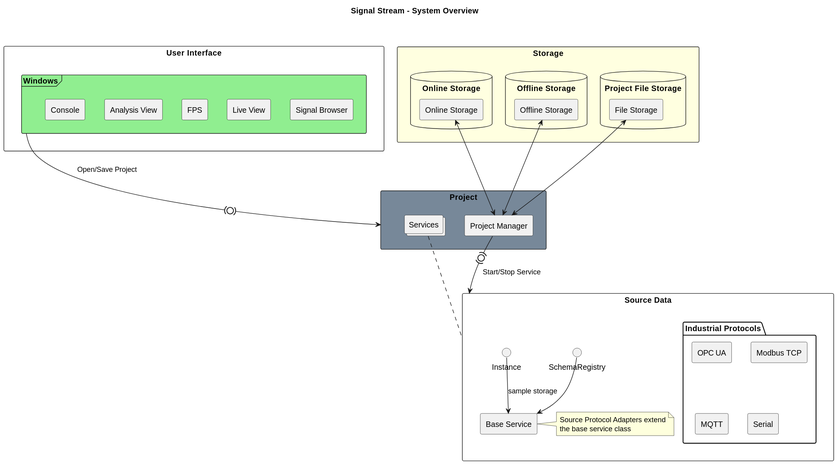
diffusion4812/signal-stream keeps this PlantUML diagram as Signal Stream Layout.svg. Above is the earlier version.
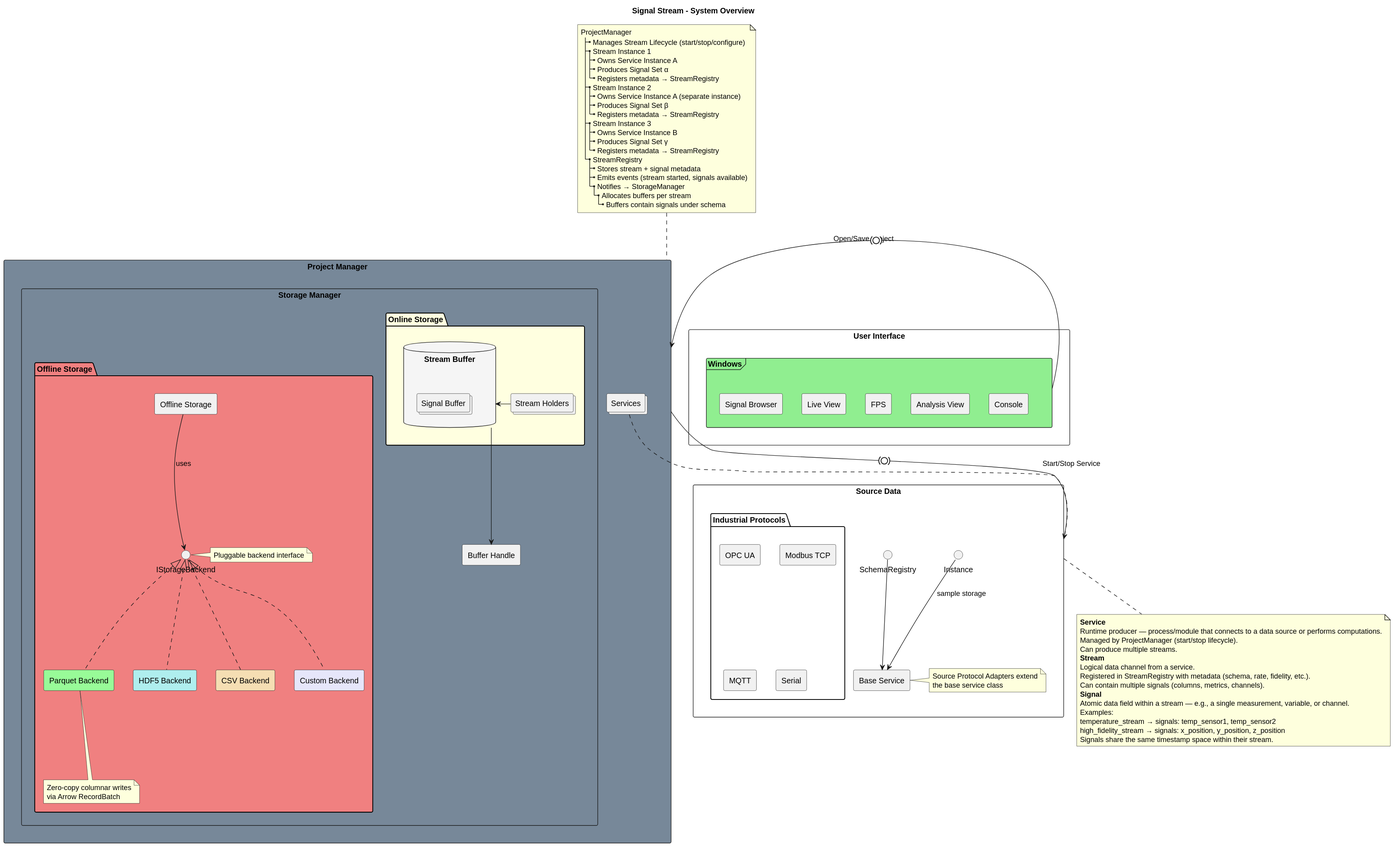
The same diagram one commit later.

The edit, as a diff of the source:
```diff
@@ -21,28 +21,88 @@
 Instance --> BaseService : sample storage
 }
 
-rectangle "Storage" #LightYellow {
-  database "Online Storage" {
-    [Online Storage] as OnlineDataStorage
+note bottom of Service
+**Service**
+Runtime producer — process/module that connects to a data source or performs computations.
+Managed by ProjectManager (start/stop lifecycle).
+Can produce multiple streams.
+**Stream**
+Logical data channel from a service.
+Registered in StreamRegistry with metadata (schema, rate, fidelity, etc.).
+Can contain multiple signals (columns, metrics, channels).
+**Signal**
+Atomic data field within a stream — e.g., a single measurement, variable, or channel.
+Examples:
+temperature_stream → signals: temp_sensor1, temp_sensor2
+high_fidelity_stream → signals: x_position, y_position, z_position
+Signals share the same timestamp space within their stream.
+end note
+
+rectangle "Project Manager" as ProjectManager #LightSlateGrey {
+  rectangle "Storage Manager" as StorageManager {
+    package "Offline Storage" #LightCoral {
+      [Offline Storage] as OfflineDataStorage
+
+      interface "IStorageBackend" as IBackend
+      note right of IBackend
+        Pluggable backend interface
+      end note
+
+      component "Parquet Backend" as ParquetBackend #PaleGreen
+      component "HDF5 Backend" as HDF5Backend #PaleTurquoise
+      component "CSV Backend" as CSVBackend #Wheat
+      component "Custom Backend" as CustomBackend #Lavender
+
+      OfflineDataStorage -down-> IBackend : "uses"
+      IBackend <|.. ParquetBackend
+      IBackend <|.. HDF5Backend
+      IBackend <|.. CSVBackend
+      IBackend <|.. CustomBackend
+
+      note bottom of ParquetBackend
+        Zero-copy columnar writes
+        via Arrow RecordBatch
+      end note
+    }
+
+    package "Online Storage" #LightYellow {
+      collections "Stream Holders" as StreamHolders
+      database "Stream Buffer" as StreamBuffer #WhiteSmoke {
+        collections "Signal Buffer" as SignalBuffer
+      }
+
+      StreamHolders -> StreamBuffer
+    }
+
+  [Buffer Handle] as BufferHandle
+  StreamBuffer -down-> BufferHandle
   }
-  database "Offline Storage" {
-    [Offline Storage] as OfflineDataStorage
-  }
-  database "Project File Storage" {
-    [File Storage] as ProjectFileStorage
-  }
+
+  collections "Services" as services
 }
 
-rectangle "Project" as Project #LightSlateGrey {
-  [Project Manager] as ProjectManager
-
-  collections "Services" as services
-
-ProjectManager <-u-> ProjectFileStorage
-ProjectManager <-u-> OfflineDataStorage
-ProjectManager <-u-> OnlineDataStorage
-}
-
+note top of ProjectManager
+ProjectManager
+|_ Manages Stream Lifecycle (start/stop/configure)
+|_ Stream Instance 1
+  |_ Owns Service Instance A
+  |_ Produces Signal Set α
+  |_ Registers metadata → StreamRegistry
+|_ Stream Instance 2
+  |_ Owns Service Instance A (separate instance)
+  |_ Produces Signal Set β
+  |_ Registers metadata → StreamRegistry
+|_ Stream Instance 3
+  |_ Owns Service Instance B
+  |_ Produces Signal Set γ
+  |_ Registers metadata → StreamRegistry
+|_ StreamRegistry
+  |_ Stores stream + signal metadata
+  |_ Emits events (stream started, signals available)
+  |_ Notifies → StorageManager
+    |_ Allocates buffers per stream
+      |_ Buffers contain signals under schema
+end note
 
 rectangle "User Interface" {
   frame "Windows" as Windows #LightGreen {
@@ -63,7 +123,7 @@
   }
 }
 
-Windows -down(0)-> Project : Open/Save Project
+Windows -left(0)-> ProjectManager : Open/Save Project
 ProjectManager -(0)-> Service : Start/Stop Service
 services -right[dashed]- Service
 @enduml
```
